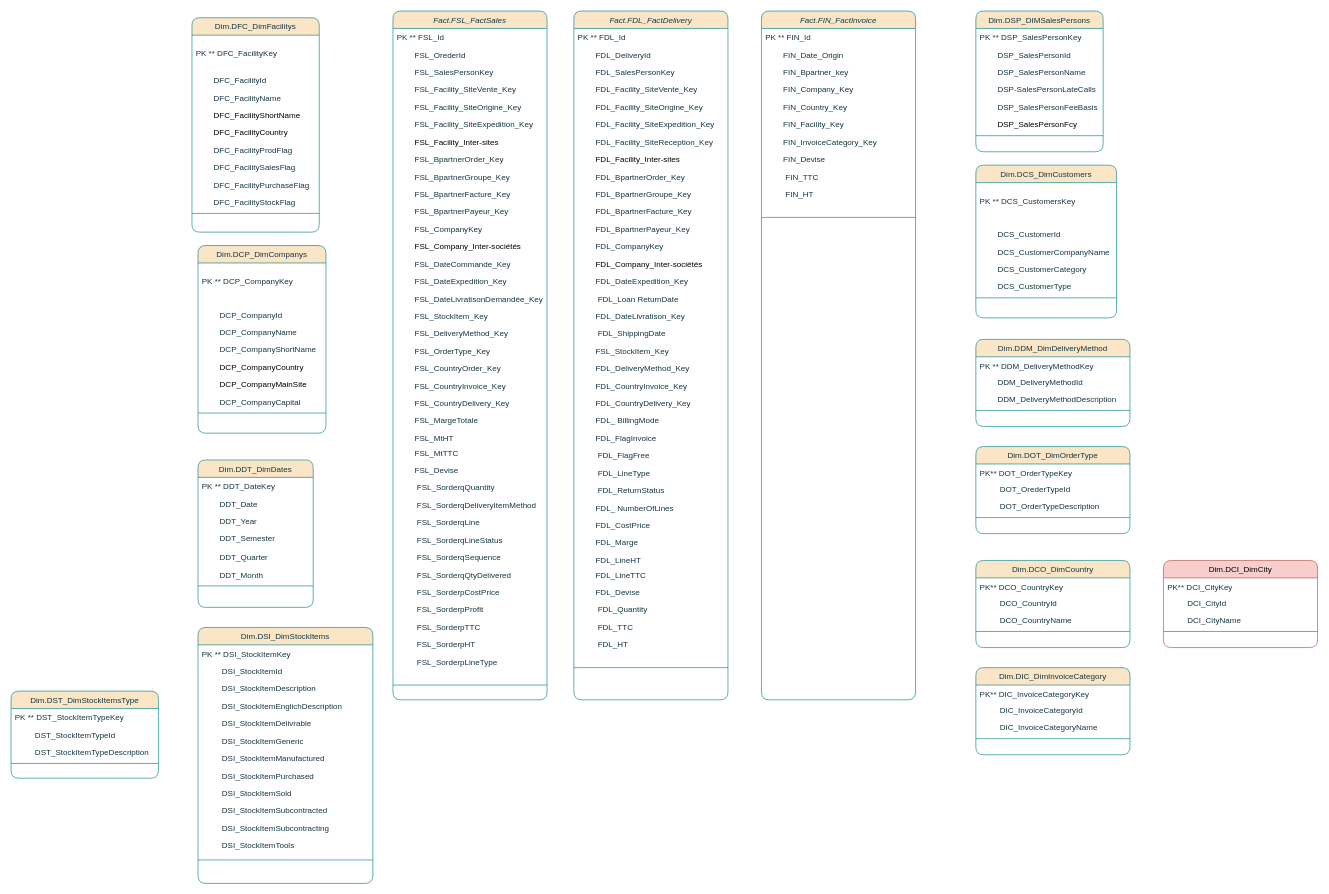
BorchaniMohamed/BI_PROJECT_PFE keeps this draw.io diagram as Diagramme de classe.drawio. Above is the earlier version. Source tidied: cells renumbered, new cells numbered last; positions are measured from the earlier drawing's top-left corner, leaving out a move shared by most shapes. Both pictures are drawn from the tidied source at 67%, with x=0, y=0 at pixel (11, 11).
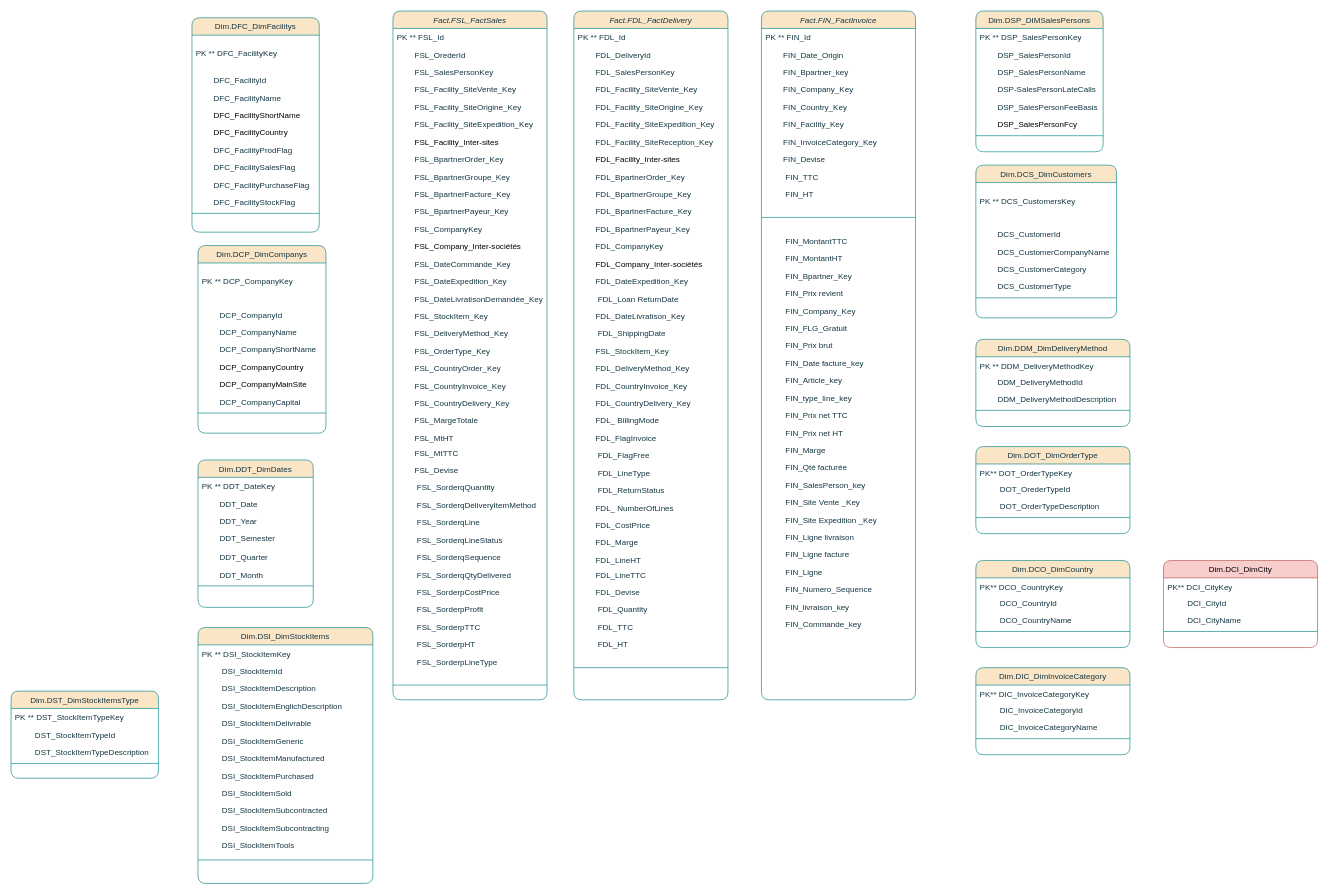
Above is the later version.

Commit message:
Mettre à jour Diagramme de classe.drawio

Unchanged cells that the change refers to:
```xml
<mxCell id="161" value="Fact.FIN_FactInvoice" style="swimlane;fontStyle=2;align=center;verticalAlign=top;horizontal=1;startSize=26;rounded=1;shadow=0;strokeWidth=1;labelBackgroundColor=none;fillColor=#FAE5C7;strokeColor=#0F8B8D;fontColor=#143642;" parent="1" vertex="1">
  <mxGeometry x="1120" width="230" height="1028" as="geometry" />
</mxCell>
```

Change to the diagram source:
```diff
@@
+    <mxCell id="178" value="         FIN_MontantTTC" style="text;align=left;verticalAlign=top;spacingLeft=4;spacingRight=4;overflow=hidden;rounded=1;shadow=0;html=0;labelBackgroundColor=none;fontColor=#143642;" parent="161" vertex="1">
+      <mxGeometry y="330" width="230" height="26" as="geometry" />
+    </mxCell>
+    <mxCell id="179" value="         FIN_MontantHT" style="text;align=left;verticalAlign=top;spacingLeft=4;spacingRight=4;overflow=hidden;rounded=1;shadow=0;html=0;labelBackgroundColor=none;fontColor=#143642;" parent="161" vertex="1">
+      <mxGeometry y="356" width="230" height="26" as="geometry" />
+    </mxCell>
+    <mxCell id="180" value="         FIN_Bpartner_Key" style="text;align=left;verticalAlign=top;spacingLeft=4;spacingRight=4;overflow=hidden;rounded=1;shadow=0;html=0;labelBackgroundColor=none;fontColor=#143642;" parent="161" vertex="1">
+      <mxGeometry y="382" width="230" height="26" as="geometry" />
+    </mxCell>
+    <mxCell id="181" value="         FIN_Prix revient" style="text;align=left;verticalAlign=top;spacingLeft=4;spacingRight=4;overflow=hidden;rounded=1;shadow=0;html=0;labelBackgroundColor=none;fontColor=#143642;" parent="161" vertex="1">
+      <mxGeometry y="408" width="230" height="26" as="geometry" />
+    </mxCell>
+    <mxCell id="182" value="         FIN_Company_Key" style="text;align=left;verticalAlign=top;spacingLeft=4;spacingRight=4;overflow=hidden;rounded=1;shadow=0;html=0;labelBackgroundColor=none;fontColor=#143642;" parent="161" vertex="1">
+      <mxGeometry y="434" width="230" height="26" as="geometry" />
+    </mxCell>
+    <mxCell id="183" value="         FIN_FLG_Gratuit" style="text;align=left;verticalAlign=top;spacingLeft=4;spacingRight=4;overflow=hidden;rounded=1;shadow=0;html=0;labelBackgroundColor=none;fontColor=#143642;" parent="161" vertex="1">
+      <mxGeometry y="460" width="230" height="26" as="geometry" />
+    </mxCell>
+    <mxCell id="184" value="         FIN_Prix brut" style="text;align=left;verticalAlign=top;spacingLeft=4;spacingRight=4;overflow=hidden;rounded=1;shadow=0;html=0;labelBackgroundColor=none;fontColor=#143642;" parent="161" vertex="1">
+      <mxGeometry y="486" width="230" height="26" as="geometry" />
+    </mxCell>
+    <mxCell id="185" value="         FIN_Date facture_key" style="text;align=left;verticalAlign=top;spacingLeft=4;spacingRight=4;overflow=hidden;rounded=1;shadow=0;html=0;labelBackgroundColor=none;fontColor=#143642;" parent="161" vertex="1">
+      <mxGeometry y="512" width="230" height="26" as="geometry" />
+    </mxCell>
+    <mxCell id="186" value="         FIN_Article_key" style="text;align=left;verticalAlign=top;spacingLeft=4;spacingRight=4;overflow=hidden;rounded=1;shadow=0;html=0;labelBackgroundColor=none;fontColor=#143642;" parent="161" vertex="1">
+      <mxGeometry y="538" width="230" height="26" as="geometry" />
+    </mxCell>
+    <mxCell id="187" value="         FIN_type_line_key" style="text;align=left;verticalAlign=top;spacingLeft=4;spacingRight=4;overflow=hidden;rounded=1;shadow=0;html=0;labelBackgroundColor=none;fontColor=#143642;" parent="161" vertex="1">
+      <mxGeometry y="564" width="230" height="26" as="geometry" />
+    </mxCell>
+    <mxCell id="188" value="         FIN_Prix net TTC" style="text;align=left;verticalAlign=top;spacingLeft=4;spacingRight=4;overflow=hidden;rounded=1;shadow=0;html=0;labelBackgroundColor=none;fontColor=#143642;" parent="161" vertex="1">
+      <mxGeometry y="590" width="230" height="26" as="geometry" />
+    </mxCell>
+    <mxCell id="189" value="         FIN_Prix net HT" style="text;align=left;verticalAlign=top;spacingLeft=4;spacingRight=4;overflow=hidden;rounded=1;shadow=0;html=0;labelBackgroundColor=none;fontColor=#143642;" parent="161" vertex="1">
+      <mxGeometry y="616" width="230" height="26" as="geometry" />
+    </mxCell>
+    <mxCell id="190" value="         FIN_Marge" style="text;align=left;verticalAlign=top;spacingLeft=4;spacingRight=4;overflow=hidden;rounded=1;shadow=0;html=0;labelBackgroundColor=none;fontColor=#143642;" parent="161" vertex="1">
+      <mxGeometry y="642" width="230" height="26" as="geometry" />
+    </mxCell>
+    <mxCell id="191" value="         FIN_Qté facturée" style="text;align=left;verticalAlign=top;spacingLeft=4;spacingRight=4;overflow=hidden;rounded=1;shadow=0;html=0;labelBackgroundColor=none;fontColor=#143642;" parent="161" vertex="1">
+      <mxGeometry y="668" width="230" height="26" as="geometry" />
+    </mxCell>
+    <mxCell id="192" value="         FIN_SalesPerson_key" style="text;align=left;verticalAlign=top;spacingLeft=4;spacingRight=4;overflow=hidden;rounded=1;shadow=0;html=0;labelBackgroundColor=none;fontColor=#143642;" parent="161" vertex="1">
+      <mxGeometry y="694" width="230" height="26" as="geometry" />
+    </mxCell>
+    <mxCell id="193" value="         FIN_Site Vente _Key" style="text;align=left;verticalAlign=top;spacingLeft=4;spacingRight=4;overflow=hidden;rounded=1;shadow=0;html=0;labelBackgroundColor=none;fontColor=#143642;" parent="161" vertex="1">
+      <mxGeometry y="720" width="230" height="26" as="geometry" />
+    </mxCell>
+    <mxCell id="194" value="         FIN_Site Expedition _Key" style="text;align=left;verticalAlign=top;spacingLeft=4;spacingRight=4;overflow=hidden;rounded=1;shadow=0;html=0;labelBackgroundColor=none;fontColor=#143642;" parent="161" vertex="1">
+      <mxGeometry y="746" width="230" height="26" as="geometry" />
+    </mxCell>
+    <mxCell id="195" value="         FIN_Ligne livraison" style="text;align=left;verticalAlign=top;spacingLeft=4;spacingRight=4;overflow=hidden;rounded=1;shadow=0;html=0;labelBackgroundColor=none;fontColor=#143642;" parent="161" vertex="1">
+      <mxGeometry y="772" width="230" height="26" as="geometry" />
+    </mxCell>
+    <mxCell id="196" value="         FIN_Ligne facture" style="text;align=left;verticalAlign=top;spacingLeft=4;spacingRight=4;overflow=hidden;rounded=1;shadow=0;html=0;labelBackgroundColor=none;fontColor=#143642;" parent="161" vertex="1">
+      <mxGeometry y="798" width="230" height="26" as="geometry" />
+    </mxCell>
+    <mxCell id="197" value="         FIN_Ligne" style="text;align=left;verticalAlign=top;spacingLeft=4;spacingRight=4;overflow=hidden;rounded=1;shadow=0;html=0;labelBackgroundColor=none;fontColor=#143642;" parent="161" vertex="1">
+      <mxGeometry y="824" width="230" height="26" as="geometry" />
+    </mxCell>
+    <mxCell id="198" value="         FIN_Numero_Sequence" style="text;align=left;verticalAlign=top;spacingLeft=4;spacingRight=4;overflow=hidden;rounded=1;shadow=0;html=0;labelBackgroundColor=none;fontColor=#143642;" parent="161" vertex="1">
+      <mxGeometry y="850" width="230" height="26" as="geometry" />
+    </mxCell>
+    <mxCell id="199" value="         FIN_livraison_key" style="text;align=left;verticalAlign=top;spacingLeft=4;spacingRight=4;overflow=hidden;rounded=1;shadow=0;html=0;labelBackgroundColor=none;fontColor=#143642;" parent="161" vertex="1">
+      <mxGeometry y="876" width="230" height="26" as="geometry" />
+    </mxCell>
+    <mxCell id="200" value="         FIN_Commande_key" style="text;align=left;verticalAlign=top;spacingLeft=4;spacingRight=4;overflow=hidden;rounded=1;shadow=0;html=0;labelBackgroundColor=none;fontColor=#143642;" parent="161" vertex="1">
+      <mxGeometry y="902" width="230" height="26" as="geometry" />
+    </mxCell>
```
